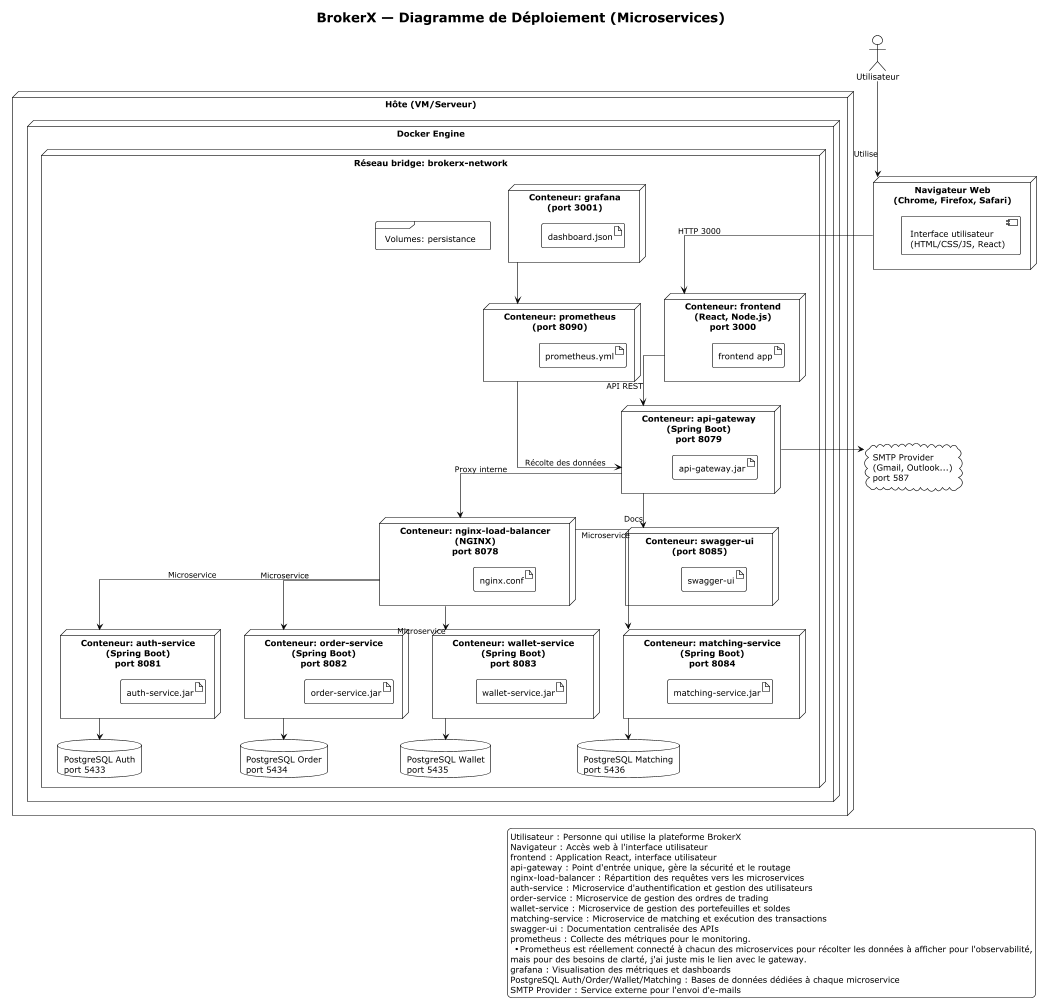
Above: docs/architecture/4+1/deploymentView/deploymentDiagram.png in Hugo-12341234/BrokerX_MicroServices (PlantUML), before the change.
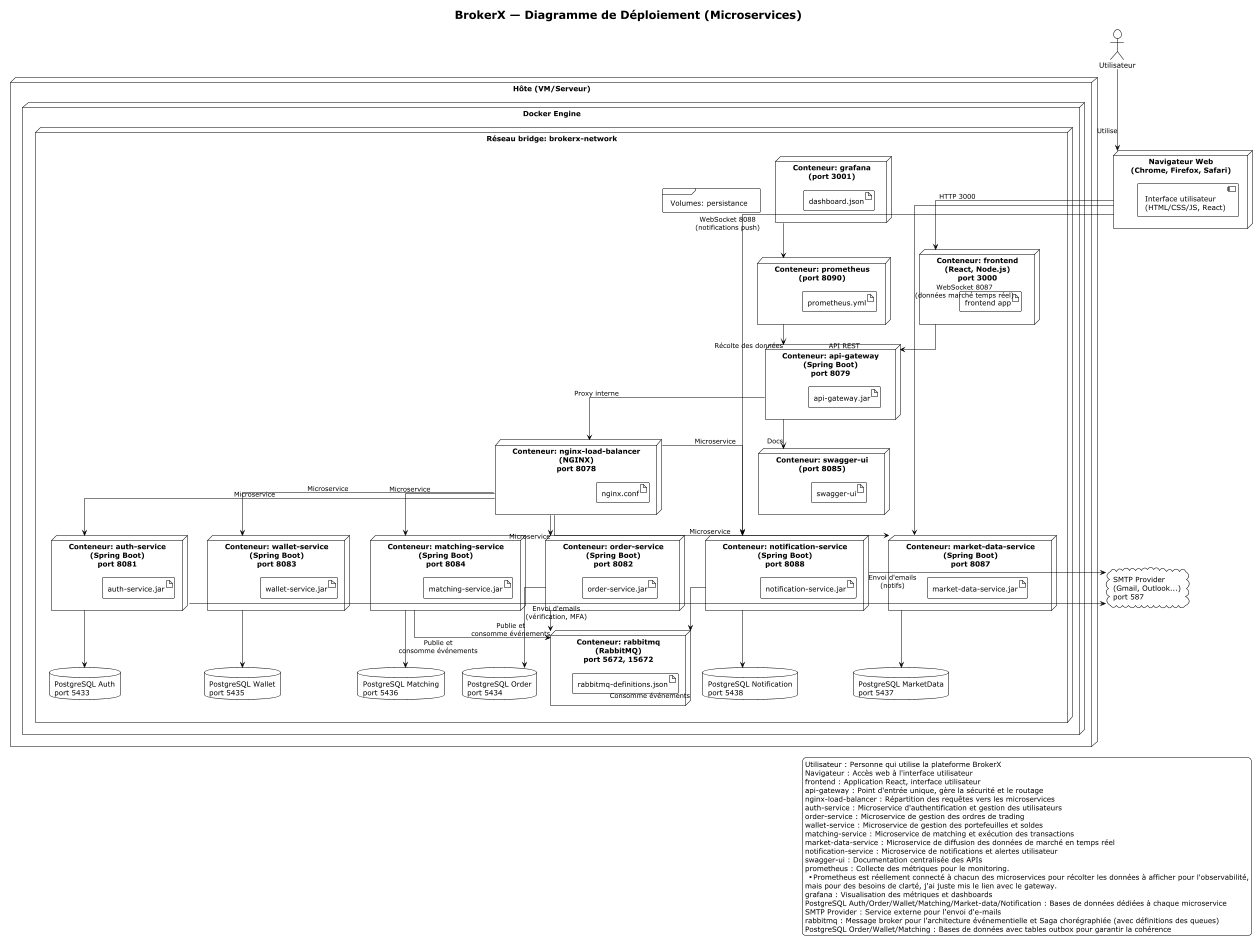
The same diagram one commit later.

The edit, as a diff of the source:
```diff
@@ -39,6 +39,12 @@
       node "Conteneur: matching-service\n(Spring Boot)\nport 8084" as MatchingC {
         artifact "matching-service.jar"
       }
+      node "Conteneur: market-data-service\n(Spring Boot)\nport 8087" as MarketDataC {
+        artifact "market-data-service.jar"
+      }
+      node "Conteneur: notification-service\n(Spring Boot)\nport 8088" as NotificationC {
+        artifact "notification-service.jar"
+      }
       node "Conteneur: swagger-ui\n(port 8085)" as SwaggerC {
         artifact "swagger-ui"
       }
@@ -48,10 +54,15 @@
       node "Conteneur: grafana\n(port 3001)" as GrafanaC {
         artifact "dashboard.json"
       }
+      node "Conteneur: rabbitmq\n(RabbitMQ)\nport 5672, 15672" as RabbitMQC {
+        artifact "rabbitmq-definitions.json"
+      }
       database "PostgreSQL Auth\nport 5433" as DBAuth
       database "PostgreSQL Order\nport 5434" as DBOrder
       database "PostgreSQL Wallet\nport 5435" as DBWallet
       database "PostgreSQL Matching\nport 5436" as DBMatching
+      database "PostgreSQL MarketData\nport 5437" as DBMarketData
+      database "PostgreSQL Notification\nport 5438" as DBNotification
       frame "Volumes: persistance" as Volumes
     }
   }
@@ -59,20 +70,30 @@
 
 User --> Browser : Utilise
 Browser --> FrontendC : HTTP 3000
+Browser --> MarketDataC : "WebSocket 8087\n(données marché temps réel)"
+Browser --> NotificationC : "WebSocket 8088\n(notifications push)"
 FrontendC --> GatewayC : API REST
 GatewayC --> NginxC : Proxy interne
 NginxC --> AuthC : Microservice
 NginxC --> OrderC : Microservice
 NginxC --> WalletC : Microservice
 NginxC --> MatchingC : Microservice
+NginxC --> MarketDataC : Microservice
+NginxC --> NotificationC : Microservice
 AuthC --> DBAuth
 OrderC --> DBOrder
 WalletC --> DBWallet
 MatchingC --> DBMatching
+MarketDataC --> DBMarketData
+NotificationC --> DBNotification
 GatewayC --> SwaggerC : Docs
 PrometheusC --> GatewayC : Récolte des données
 GrafanaC --> PrometheusC
-GatewayC -right-> SMTP
+AuthC -right-> SMTP : "Envoi d'emails\n(vérification, MFA)"
+NotificationC -right-> SMTP : "Envoi d'emails\n(notifs)"
+OrderC --> RabbitMQC : "Publie et\nconsomme événements"
+MatchingC --> RabbitMQC : "Publie et\nconsomme événements"
+NotificationC --> RabbitMQC : "Consomme événements"
 
 legend right
 Utilisateur : Personne qui utilise la plateforme BrokerX
@@ -84,13 +105,17 @@
 order-service : Microservice de gestion des ordres de trading
 wallet-service : Microservice de gestion des portefeuilles et soldes
 matching-service : Microservice de matching et exécution des transactions
+market-data-service : Microservice de diffusion des données de marché en temps réel
+notification-service : Microservice de notifications et alertes utilisateur
 swagger-ui : Documentation centralisée des APIs
 prometheus : Collecte des métriques pour le monitoring.
 **Prometheus est réellement connecté à chacun des microservices pour récolter les données à afficher pour l'observabilité,
 mais pour des besoins de clarté, j'ai juste mis le lien avec le gateway.
 grafana : Visualisation des métriques et dashboards
-PostgreSQL Auth/Order/Wallet/Matching : Bases de données dédiées à chaque microservice
+PostgreSQL Auth/Order/Wallet/Matching/Market-data/Notification : Bases de données dédiées à chaque microservice
 SMTP Provider : Service externe pour l'envoi d'e-mails
+rabbitmq : Message broker pour l'architecture événementielle et Saga chorégraphiée (avec définitions des queues)
+PostgreSQL Order/Wallet/Matching : Bases de données avec tables outbox pour garantir la cohérence
 end legend
 
 @enduml
```
